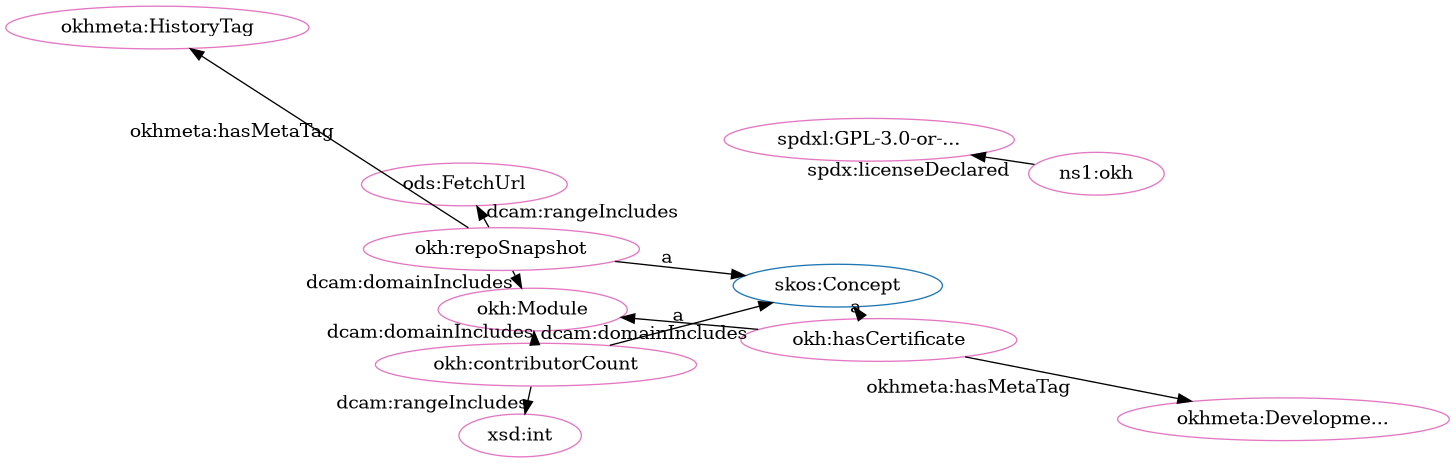
This is src/spec/fdp_okh_proposed-clean.png from iop-alliance/OpenKnowHow, a Graphviz export, as it was before one commit. Its source is kept beside it as src/spec/fdp_okh_proposed-clean.dot. The source it was exported from:
```dot
digraph G {
  rankdir=BT
  node[height=.3]
"http://www.w3.org/2004/02/skos/core#Concept" [fillcolor="#1f77b4" color="#1f77b4" label="skos:Concept"]
"http://w3id.org/oseg/ont/okh#hasCertificate" [fillcolor="#e377c2" color="#e377c2" label="okh:hasCertificate"]
"http://w3id.org/oseg/ont/okh#Module" [fillcolor="#e377c2" color="#e377c2" label="okh:Module"]
"http://w3id.org/oseg/ont/ods#FetchUrl" [fillcolor="#e377c2" color="#e377c2" label="ods:FetchUrl"]
"http://w3id.org/oseg/ont/okhmeta#DevelopmentTag" [fillcolor="#e377c2" color="#e377c2" label="okhmeta:Developme..."]
"http://w3id.org/oseg/ont/okh#repoSnapshot" [fillcolor="#e377c2" color="#e377c2" label="okh:repoSnapshot"]
"http://spdx.org/licenses/GPL-3.0-or-later" [fillcolor="#e377c2" color="#e377c2" label="spdxl:GPL-3.0-or-..."]
"http://w3id.org/oseg/ont/okhmeta#HistoryTag" [fillcolor="#e377c2" color="#e377c2" label="okhmeta:HistoryTag"]
"http://www.w3.org/2001/XMLSchema#int" [fillcolor="#e377c2" color="#e377c2" label="xsd:int"]
"http://w3id.org/oseg/ont/okh#contributorCount" [fillcolor="#e377c2" color="#e377c2" label="okh:contributorCount"]
"http://w3id.org/oseg/ont/okh" [fillcolor="#e377c2" color="#e377c2" label="ns1:okh"]
  "http://w3id.org/oseg/ont/okh#contributorCount" -> "http://w3id.org/oseg/ont/okh#Module" [label="dcam:domainIncludes"]
  "http://w3id.org/oseg/ont/okh" -> "http://spdx.org/licenses/GPL-3.0-or-later" [label="spdx:licenseDeclared"]
  "http://w3id.org/oseg/ont/okh#repoSnapshot" -> "http://w3id.org/oseg/ont/okhmeta#HistoryTag" [label="okhmeta:hasMetaTag"]
  "http://w3id.org/oseg/ont/okh#contributorCount" -> "http://www.w3.org/2001/XMLSchema#int" [label="dcam:rangeIncludes"]
  "http://w3id.org/oseg/ont/okh#repoSnapshot" -> "http://w3id.org/oseg/ont/okh#Module" [label="dcam:domainIncludes"]
  "http://w3id.org/oseg/ont/okh#contributorCount" -> "http://www.w3.org/2004/02/skos/core#Concept" [label="a"]
  "http://w3id.org/oseg/ont/okh#hasCertificate" -> "http://w3id.org/oseg/ont/okh#Module" [label="dcam:domainIncludes"]
  "http://w3id.org/oseg/ont/okh#repoSnapshot" -> "http://w3id.org/oseg/ont/ods#FetchUrl" [label="dcam:rangeIncludes"]
  "http://w3id.org/oseg/ont/okh#hasCertificate" -> "http://w3id.org/oseg/ont/okhmeta#DevelopmentTag" [label="okhmeta:hasMetaTag"]
  "http://w3id.org/oseg/ont/okh#repoSnapshot" -> "http://www.w3.org/2004/02/skos/core#Concept" [label="a"]
  "http://w3id.org/oseg/ont/okh#hasCertificate" -> "http://www.w3.org/2004/02/skos/core#Concept" [label="a"]
}
```
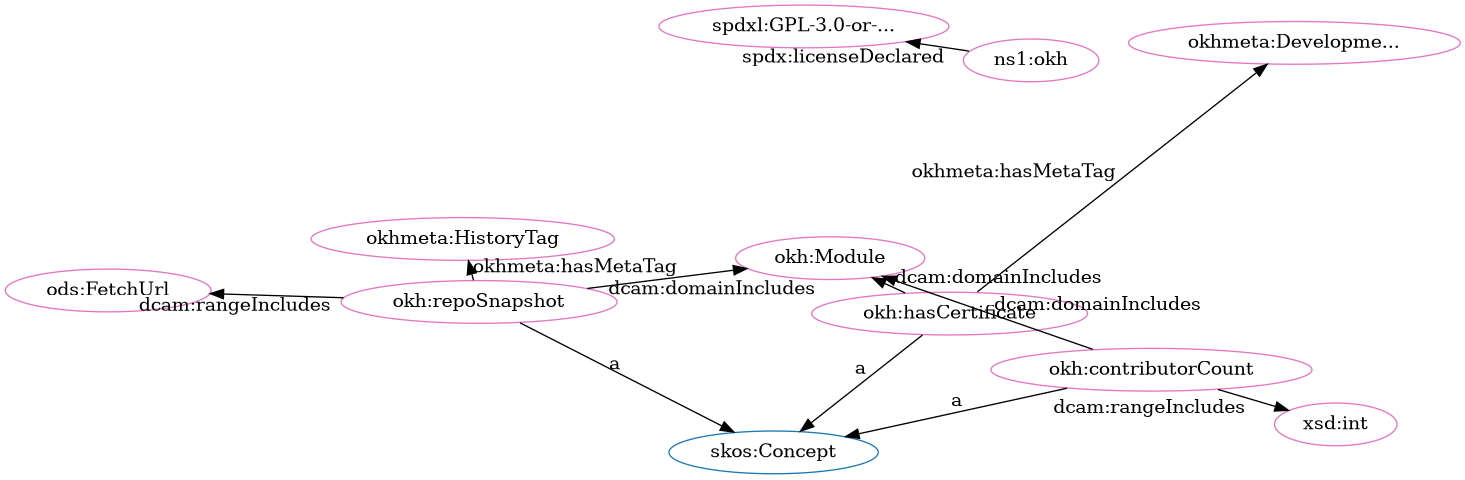
The same file after the commit.

Change to the diagram source:
```diff
@@ -2,25 +2,25 @@
   rankdir=BT
   node[height=.3]
 "http://www.w3.org/2004/02/skos/core#Concept" [fillcolor="#1f77b4" color="#1f77b4" label="skos:Concept"]
+"http://w3id.org/oseg/ont/okhmeta#DevelopmentTag" [fillcolor="#e377c2" color="#e377c2" label="okhmeta:Developme..."]
 "http://w3id.org/oseg/ont/okh#hasCertificate" [fillcolor="#e377c2" color="#e377c2" label="okh:hasCertificate"]
+"http://w3id.org/oseg/ont/okh#repoSnapshot" [fillcolor="#e377c2" color="#e377c2" label="okh:repoSnapshot"]
+"http://w3id.org/oseg/ont/okh#contributorCount" [fillcolor="#e377c2" color="#e377c2" label="okh:contributorCount"]
 "http://w3id.org/oseg/ont/okh#Module" [fillcolor="#e377c2" color="#e377c2" label="okh:Module"]
-"http://w3id.org/oseg/ont/ods#FetchUrl" [fillcolor="#e377c2" color="#e377c2" label="ods:FetchUrl"]
-"http://w3id.org/oseg/ont/okhmeta#DevelopmentTag" [fillcolor="#e377c2" color="#e377c2" label="okhmeta:Developme..."]
-"http://w3id.org/oseg/ont/okh#repoSnapshot" [fillcolor="#e377c2" color="#e377c2" label="okh:repoSnapshot"]
 "http://spdx.org/licenses/GPL-3.0-or-later" [fillcolor="#e377c2" color="#e377c2" label="spdxl:GPL-3.0-or-..."]
 "http://w3id.org/oseg/ont/okhmeta#HistoryTag" [fillcolor="#e377c2" color="#e377c2" label="okhmeta:HistoryTag"]
+"http://w3id.org/oseg/ont/okh" [fillcolor="#e377c2" color="#e377c2" label="ns1:okh"]
 "http://www.w3.org/2001/XMLSchema#int" [fillcolor="#e377c2" color="#e377c2" label="xsd:int"]
-"http://w3id.org/oseg/ont/okh#contributorCount" [fillcolor="#e377c2" color="#e377c2" label="okh:contributorCount"]
-"http://w3id.org/oseg/ont/okh" [fillcolor="#e377c2" color="#e377c2" label="ns1:okh"]
-  "http://w3id.org/oseg/ont/okh#contributorCount" -> "http://w3id.org/oseg/ont/okh#Module" [label="dcam:domainIncludes"]
+"http://w3id.org/oseg/ont/ods#FetchUrl" [fillcolor="#e377c2" color="#e377c2" label="ods:FetchUrl"]
+  "http://w3id.org/oseg/ont/okh#contributorCount" -> "http://www.w3.org/2004/02/skos/core#Concept" [label="a"]
   "http://w3id.org/oseg/ont/okh" -> "http://spdx.org/licenses/GPL-3.0-or-later" [label="spdx:licenseDeclared"]
-  "http://w3id.org/oseg/ont/okh#repoSnapshot" -> "http://w3id.org/oseg/ont/okhmeta#HistoryTag" [label="okhmeta:hasMetaTag"]
   "http://w3id.org/oseg/ont/okh#contributorCount" -> "http://www.w3.org/2001/XMLSchema#int" [label="dcam:rangeIncludes"]
-  "http://w3id.org/oseg/ont/okh#repoSnapshot" -> "http://w3id.org/oseg/ont/okh#Module" [label="dcam:domainIncludes"]
-  "http://w3id.org/oseg/ont/okh#contributorCount" -> "http://www.w3.org/2004/02/skos/core#Concept" [label="a"]
   "http://w3id.org/oseg/ont/okh#hasCertificate" -> "http://w3id.org/oseg/ont/okh#Module" [label="dcam:domainIncludes"]
   "http://w3id.org/oseg/ont/okh#repoSnapshot" -> "http://w3id.org/oseg/ont/ods#FetchUrl" [label="dcam:rangeIncludes"]
+  "http://w3id.org/oseg/ont/okh#contributorCount" -> "http://w3id.org/oseg/ont/okh#Module" [label="dcam:domainIncludes"]
+  "http://w3id.org/oseg/ont/okh#repoSnapshot" -> "http://www.w3.org/2004/02/skos/core#Concept" [label="a"]
+  "http://w3id.org/oseg/ont/okh#repoSnapshot" -> "http://w3id.org/oseg/ont/okhmeta#HistoryTag" [label="okhmeta:hasMetaTag"]
+  "http://w3id.org/oseg/ont/okh#hasCertificate" -> "http://www.w3.org/2004/02/skos/core#Concept" [label="a"]
+  "http://w3id.org/oseg/ont/okh#repoSnapshot" -> "http://w3id.org/oseg/ont/okh#Module" [label="dcam:domainIncludes"]
   "http://w3id.org/oseg/ont/okh#hasCertificate" -> "http://w3id.org/oseg/ont/okhmeta#DevelopmentTag" [label="okhmeta:hasMetaTag"]
-  "http://w3id.org/oseg/ont/okh#repoSnapshot" -> "http://www.w3.org/2004/02/skos/core#Concept" [label="a"]
-  "http://w3id.org/oseg/ont/okh#hasCertificate" -> "http://www.w3.org/2004/02/skos/core#Concept" [label="a"]
 }
```
